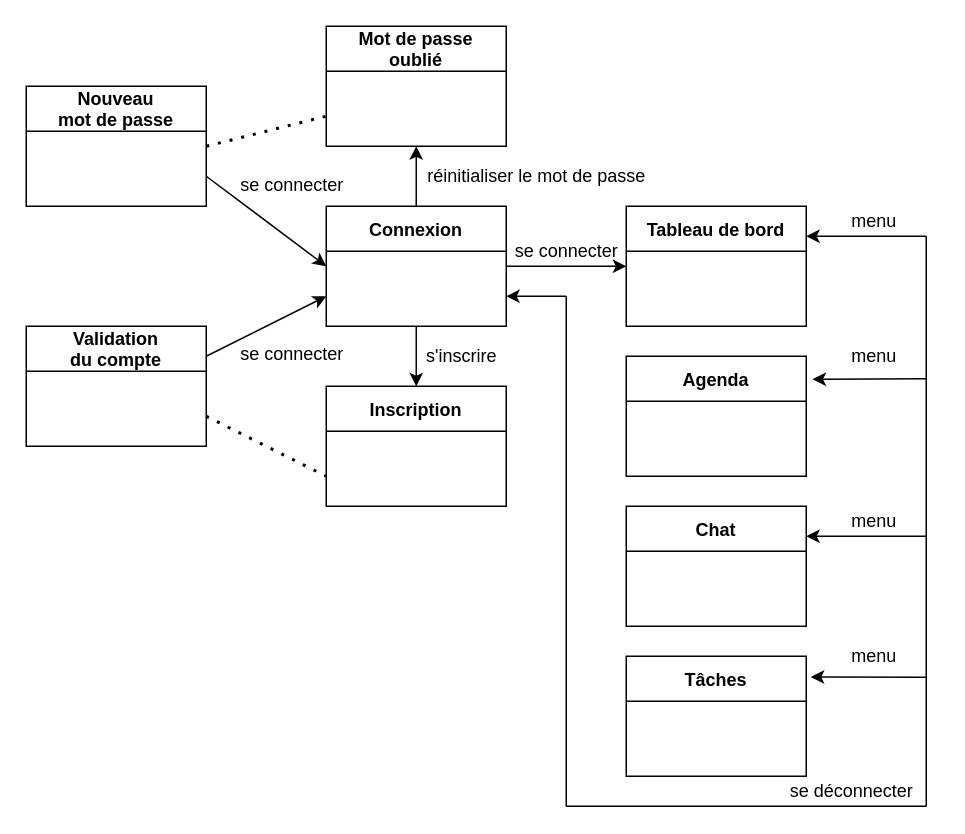
This is communication-pages-application.drawio from melacod/MelanieKlein_10_22122021, a draw.io file, before an edit. Source tidied: cells renumbered, new cells numbered last; positions are measured from the earlier drawing's top-left corner, leaving out a move shared by most shapes. Both pictures are drawn from the tidied source at 150%, with x=0, y=0 at pixel (26, 26).
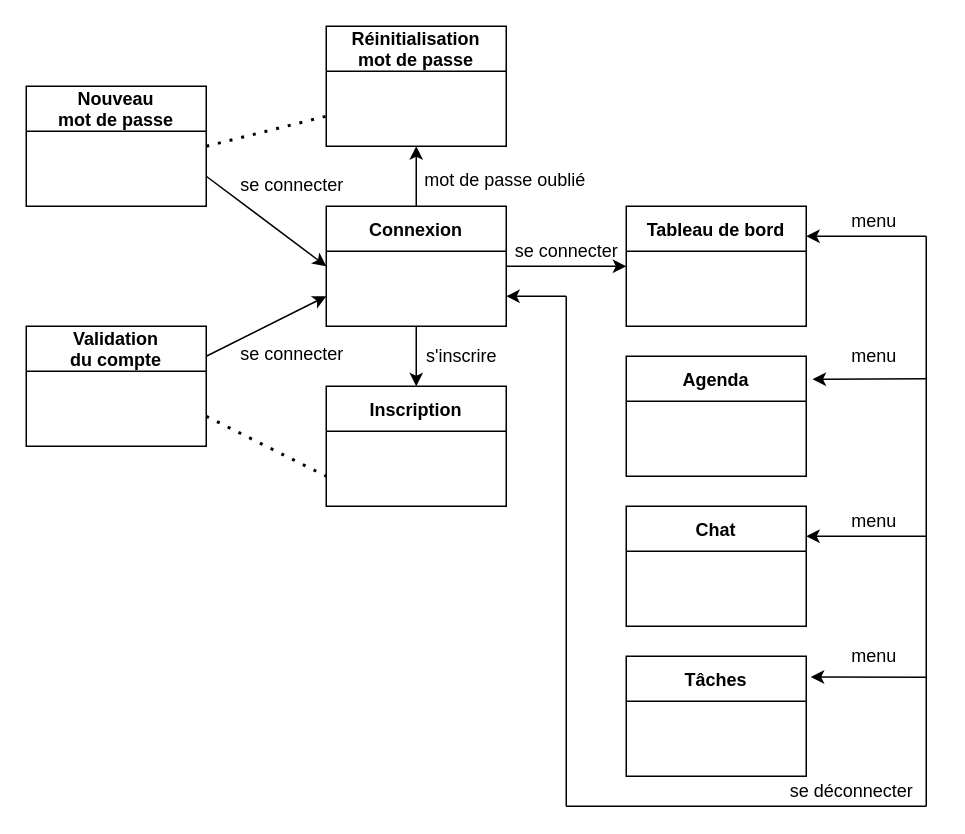
The same page after the edit.

Commit message (it also covers changes not shown here):
Mise a jour schema pages application

The edit, as a diff of the source:
```diff
@@
-    <mxCell id="12" value="Mot de passe &#10;oublié" style="swimlane;startSize=30;" parent="1" vertex="1">
+    <mxCell id="12" value="Réinitialisation&#10;mot de passe" style="swimlane;startSize=30;" parent="1" vertex="1">
       <mxGeometry x="200" width="120" height="80" as="geometry" />
     </mxCell>
-    <mxCell id="13" value="réinitialiser le mot de passe" style="text;html=1;align=center;verticalAlign=middle;fillColor=none;strokeColor=none;rounded=0;" parent="1" vertex="1">
-      <mxGeometry x="260" y="90" width="160" height="20" as="geometry" />
+    <mxCell id="13" value="mot de passe oublié" style="text;html=1;align=center;verticalAlign=middle;fillColor=none;strokeColor=none;rounded=0;" parent="1" vertex="1">
+      <mxGeometry x="260" y="94" width="117" height="18" as="geometry" />
     </mxCell>
```
